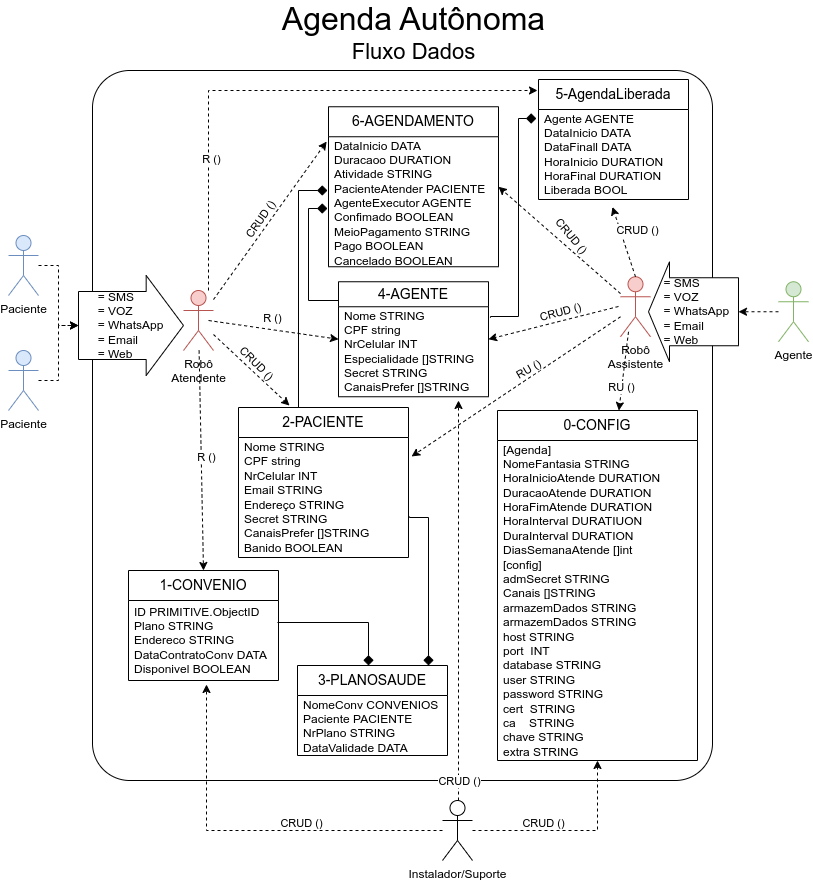
Before: Agenda-Página-1.drawio.png, a diagram exported from draw.io (gunboe/Agenda). Source tidied: cells renumbered, new cells last; positions are measured from the earlier drawing's top-left corner, leaving out a move shared by most shapes.
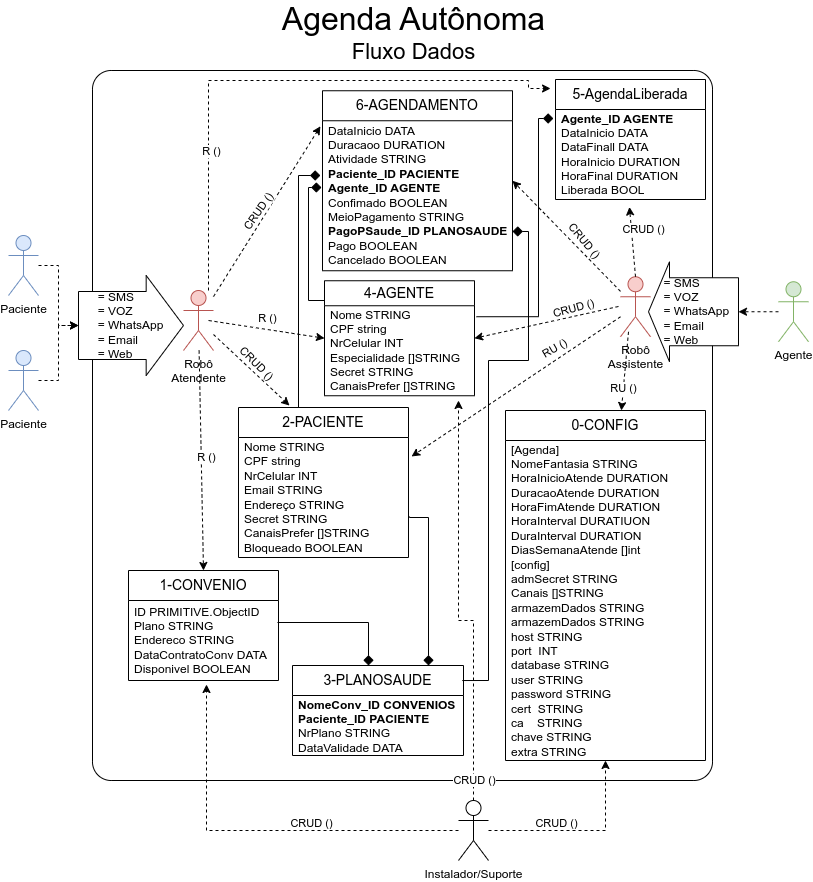
After the change.

Commit message:
Atualização Relacionamentos da Agenda-Página-1.drawio.png

The edit, as a diff of the source:
```diff
@@ -2,7 +2,7 @@
   <root>
     <mxCell id="0" />
     <mxCell id="1" parent="0" />
-    <mxCell id="2" style="rounded=1;whiteSpace=wrap;html=1;arcSize=6;" parent="1" vertex="1">
+    <mxCell id="2" style="rounded=1;whiteSpace=wrap;html=1;arcSize=3;" parent="1" vertex="1">
       <mxGeometry x="84" y="68" width="620" height="710" as="geometry" />
     </mxCell>
     <mxCell id="3" style="edgeStyle=orthogonalEdgeStyle;rounded=0;jettySize=auto;html=1;entryX=0;entryY=0.5;entryDx=0;entryDy=0;entryPerimeter=0;dashed=1;" parent="1" edge="1" source="4" target="20">
@@ -21,10 +21,10 @@
       <mxGeometry y="348" width="30" height="60" as="geometry" />
     </mxCell>
     <mxCell id="8" value="&lt;font style=&quot;font-size: 14px;&quot;&gt;6-AGENDAMENTO&lt;/font&gt;" style="swimlane;fontStyle=0;horizontal=1;startSize=30;whiteSpace=wrap;html=1;" parent="1" vertex="1">
-      <mxGeometry x="320" y="104.2" width="170" height="160" as="geometry" />
+      <mxGeometry x="314" y="88.2" width="190" height="180" as="geometry" />
     </mxCell>
-    <mxCell id="9" value="DataInicio DATA&lt;br style=&quot;border-color: var(--border-color); text-align: center;&quot;&gt;&lt;span style=&quot;text-align: center;&quot;&gt;Duracaoo DURATION&lt;/span&gt;&lt;br style=&quot;border-color: var(--border-color); text-align: center;&quot;&gt;&lt;span style=&quot;text-align: center;&quot;&gt;Atividade STRING&lt;/span&gt;&lt;br style=&quot;border-color: var(--border-color); text-align: center;&quot;&gt;PacienteAtender PACIENTE&lt;br style=&quot;border-color: var(--border-color);&quot;&gt;&lt;span style=&quot;text-align: center;&quot;&gt;AgenteExecutor AGENTE&lt;/span&gt;&lt;br style=&quot;border-color: var(--border-color); text-align: center;&quot;&gt;&lt;span style=&quot;text-align: center;&quot;&gt;Confimado BOOLEAN&lt;/span&gt;&lt;span style=&quot;text-align: center;&quot;&gt;&lt;br&gt;MeioPagamento STRING&lt;br&gt;Pago BOOLEAN&lt;br&gt;Cancelado BOOLEAN&lt;br&gt;&lt;/span&gt;" style="text;strokeColor=none;fillColor=none;align=left;verticalAlign=middle;spacingLeft=4;spacingRight=4;overflow=hidden;points=[[0,0.5],[1,0.5]];portConstraint=eastwest;whiteSpace=wrap;html=1;" parent="8" vertex="1">
-      <mxGeometry y="30" width="170" height="130" as="geometry" />
+    <mxCell id="9" value="DataInicio DATA&lt;br style=&quot;border-color: var(--border-color); text-align: center;&quot;&gt;&lt;span style=&quot;text-align: center;&quot;&gt;Duracaoo DURATION&lt;/span&gt;&lt;br style=&quot;border-color: var(--border-color); text-align: center;&quot;&gt;&lt;span style=&quot;text-align: center;&quot;&gt;Atividade STRING&lt;/span&gt;&lt;br style=&quot;border-color: var(--border-color); text-align: center;&quot;&gt;&lt;b&gt;Paciente_ID PACIENTE&lt;/b&gt;&lt;br style=&quot;border-color: var(--border-color);&quot;&gt;&lt;span style=&quot;text-align: center;&quot;&gt;&lt;b&gt;Agente_ID AGENTE&lt;/b&gt;&lt;/span&gt;&lt;br style=&quot;border-color: var(--border-color); text-align: center;&quot;&gt;&lt;span style=&quot;text-align: center;&quot;&gt;Confimado BOOLEAN&lt;/span&gt;&lt;span style=&quot;text-align: center;&quot;&gt;&lt;br&gt;MeioPagamento STRING&lt;br&gt;&lt;b&gt;PagoPSaude_ID PLANOSAUDE&lt;/b&gt;&lt;br&gt;Pago BOOLEAN&lt;br&gt;Cancelado BOOLEAN&lt;br&gt;&lt;/span&gt;" style="text;strokeColor=none;fillColor=none;align=left;verticalAlign=middle;spacingLeft=4;spacingRight=4;overflow=hidden;points=[[0,0.5],[1,0.5]];portConstraint=eastwest;whiteSpace=wrap;html=1;" parent="8" vertex="1">
+      <mxGeometry y="30" width="190" height="150" as="geometry" />
     </mxCell>
     <mxCell id="10" style="endArrow=classic;html=1;rounded=0;entryX=-0.011;entryY=0.037;entryDx=0;entryDy=0;dashed=1;entryPerimeter=0;" parent="1" edge="1" source="19" target="9">
       <mxGeometry relative="1" as="geometry" />
@@ -37,7 +37,7 @@
     <mxCell id="12" value="&lt;font style=&quot;font-size: 14px;&quot;&gt;2-PACIENTE&lt;/font&gt;" style="swimlane;fontStyle=0;horizontal=1;startSize=30;whiteSpace=wrap;html=1;" parent="1" vertex="1">
       <mxGeometry x="230" y="405" width="170" height="150" as="geometry" />
     </mxCell>
-    <mxCell id="13" value="Nome STRING&lt;br&gt;CPF string&lt;br&gt;NrCelular INT&lt;br&gt;Email STRING&lt;br&gt;Endereço STRING&lt;br&gt;Secret STRING&lt;br&gt;CanaisPrefer []STRING&lt;br&gt;Banido BOOLEAN" style="text;strokeColor=none;fillColor=none;align=left;verticalAlign=middle;spacingLeft=4;spacingRight=4;overflow=hidden;points=[[0,0.5],[1,0.5]];portConstraint=eastwest;whiteSpace=wrap;html=1;" parent="12" vertex="1">
+    <mxCell id="13" value="Nome STRING&lt;br&gt;CPF string&lt;br&gt;NrCelular INT&lt;br&gt;Email STRING&lt;br&gt;Endereço STRING&lt;br&gt;Secret STRING&lt;br&gt;CanaisPrefer []STRING&lt;br&gt;Bloqueado BOOLEAN" style="text;strokeColor=none;fillColor=none;align=left;verticalAlign=middle;spacingLeft=4;spacingRight=4;overflow=hidden;points=[[0,0.5],[1,0.5]];portConstraint=eastwest;whiteSpace=wrap;html=1;" parent="12" vertex="1">
       <mxGeometry y="30" width="170" height="120" as="geometry" />
     </mxCell>
     <mxCell id="14" style="endArrow=classic;html=1;rounded=0;entryX=0.3;entryY=-0.013;entryDx=0;entryDy=0;dashed=1;entryPerimeter=0;" parent="1" edge="1" source="19" target="12">
@@ -57,7 +57,7 @@
       </mxGeometry>
     </mxCell>
     <mxCell id="18" value="Instalador/Suporte" style="shape=umlActor;verticalLabelPosition=bottom;verticalAlign=top;html=1;outlineConnect=0;" parent="1" vertex="1">
-      <mxGeometry x="434" y="798" width="30" height="60" as="geometry" />
+      <mxGeometry x="450" y="798" width="30" height="60" as="geometry" />
     </mxCell>
     <mxCell id="19" value="Robô&lt;br&gt;Atendente" style="shape=umlActor;verticalLabelPosition=bottom;verticalAlign=top;html=1;outlineConnect=0;fillColor=#f8cecc;strokeColor=#b85450;" parent="1" vertex="1">
       <mxGeometry x="175" y="288" width="30" height="60" as="geometry" />
@@ -66,7 +66,7 @@
       <mxGeometry x="70" y="273" width="105" height="100" as="geometry" />
     </mxCell>
     <mxCell id="21" value="&lt;font style=&quot;font-size: 14px;&quot;&gt;4-AGENTE&lt;/font&gt;" style="swimlane;fontStyle=0;horizontal=1;startSize=25;whiteSpace=wrap;html=1;" parent="1" vertex="1">
-      <mxGeometry x="330" y="279.2" width="150" height="115" as="geometry" />
+      <mxGeometry x="316" y="278.2" width="150" height="115" as="geometry" />
     </mxCell>
     <mxCell id="22" value="Nome STRING&lt;br&gt;CPF string&lt;br&gt;NrCelular INT&lt;br&gt;Especialidade []STRING&lt;br&gt;Secret STRING&lt;br&gt;CanaisPrefer []STRING" style="text;strokeColor=none;fillColor=none;align=left;verticalAlign=middle;spacingLeft=4;spacingRight=4;overflow=hidden;points=[[0,0.5],[1,0.5]];portConstraint=eastwest;whiteSpace=wrap;html=1;" parent="21" vertex="1">
       <mxGeometry y="25" width="150" height="90" as="geometry" />
@@ -92,7 +92,7 @@
     </mxCell>
     <mxCell id="28" value="RU ()" style="edgeLabel;html=1;align=center;verticalAlign=middle;rotation=-30;" parent="27" vertex="1">
       <mxGeometry x="0.33" y="1" relative="1" as="geometry">
-        <mxPoint x="46" y="-41" as="offset" />
+        <mxPoint x="72" y="-62" as="offset" />
       </mxGeometry>
     </mxCell>
     <mxCell id="29" style="endArrow=classic;html=1;rounded=0;entryX=1;entryY=0.5;entryDx=0;entryDy=0;dashed=1;" parent="1" edge="1" target="21">
@@ -102,7 +102,7 @@
     </mxCell>
     <mxCell id="30" value="&lt;font style=&quot;font-size: 11px;&quot;&gt;CRUD ()&lt;/font&gt;" style="edgeLabel;html=1;align=center;verticalAlign=middle;rotation=-15;" parent="29" vertex="1">
       <mxGeometry x="-0.27" y="2" relative="1" as="geometry">
-        <mxPoint x="-12" y="-8" as="offset" />
+        <mxPoint x="7" y="-12" as="offset" />
       </mxGeometry>
     </mxCell>
     <mxCell id="31" style="endArrow=classic;html=1;rounded=0;entryX=1;entryY=0.5;entryDx=0;entryDy=0;dashed=1;" parent="1" edge="1" source="23" target="8">
@@ -110,11 +110,11 @@
     </mxCell>
     <mxCell id="32" value="CRUD ()" style="edgeLabel;html=1;align=center;verticalAlign=middle;rotation=50;" parent="31" vertex="1">
       <mxGeometry x="-0.27" y="2" relative="1" as="geometry">
-        <mxPoint x="-2" y="-20" as="offset" />
+        <mxPoint x="5" y="-12" as="offset" />
       </mxGeometry>
     </mxCell>
     <mxCell id="33" value="&lt;font style=&quot;font-size: 14px;&quot;&gt;0-CONFIG&lt;/font&gt;" style="swimlane;fontStyle=0;horizontal=1;startSize=30;whiteSpace=wrap;html=1;" parent="1" vertex="1">
-      <mxGeometry x="489" y="408" width="200" height="350" as="geometry" />
+      <mxGeometry x="497" y="408" width="200" height="350" as="geometry" />
     </mxCell>
     <mxCell id="34" value="[Agenda]&lt;br&gt;NomeFantasia STRING&lt;br&gt;HoraInicioAtende DURATION&lt;br&gt;DuracaoAtende DURATION&lt;br&gt;HoraFimAtende DURATION&lt;br&gt;HoraInterval DURATIUON&lt;br&gt;DuraInterval DURATION&lt;br&gt;DiasSemanaAtende []int&lt;br&gt;[config]&lt;br&gt;admSecret STRING&lt;br&gt;Canais []STRING&lt;br&gt;armazemDados STRING&lt;br&gt;&lt;div&gt;armazemDados STRING&lt;/div&gt;&lt;div&gt;host STRING&lt;/div&gt;&lt;div&gt;port&amp;nbsp; INT&lt;/div&gt;&lt;div&gt;database STRING&lt;/div&gt;&lt;div&gt;user STRING&lt;/div&gt;&lt;div&gt;password STRING&lt;/div&gt;&lt;div&gt;cert&amp;nbsp; STRING&lt;/div&gt;&lt;div&gt;ca&amp;nbsp; &amp;nbsp; STRING&lt;/div&gt;&lt;div&gt;chave STRING&lt;/div&gt;&lt;div&gt;extra STRING&lt;/div&gt;" style="text;strokeColor=none;fillColor=none;align=left;verticalAlign=middle;spacingLeft=4;spacingRight=4;overflow=hidden;whiteSpace=wrap;html=1;" parent="33" vertex="1">
       <mxGeometry y="30" width="200" height="320" as="geometry" />
@@ -123,25 +123,25 @@
       <mxGeometry relative="1" as="geometry" />
     </mxCell>
     <mxCell id="36" value="&lt;font style=&quot;font-size: 14px;&quot;&gt;3-PLANOSAUDE&lt;/font&gt;" style="swimlane;fontStyle=0;horizontal=1;startSize=30;whiteSpace=wrap;html=1;" parent="1" vertex="1">
-      <mxGeometry x="289" y="663" width="150" height="90" as="geometry" />
+      <mxGeometry x="284" y="663" width="171" height="90" as="geometry" />
     </mxCell>
-    <mxCell id="37" value="NomeConv CONVENIOS&lt;br&gt;Paciente PACIENTE&lt;br&gt;NrPlano STRING&lt;br&gt;DataValidade DATA" style="text;strokeColor=none;fillColor=none;align=left;verticalAlign=middle;spacingLeft=4;spacingRight=4;overflow=hidden;whiteSpace=wrap;html=1;" parent="36" vertex="1">
-      <mxGeometry y="30" width="150" height="60" as="geometry" />
+    <mxCell id="37" value="&lt;b&gt;NomeConv_ID CONVENIOS&lt;br&gt;Paciente_ID PACIENTE&lt;/b&gt;&lt;br&gt;NrPlano STRING&lt;br&gt;DataValidade DATA" style="text;strokeColor=none;fillColor=none;align=left;verticalAlign=middle;spacingLeft=4;spacingRight=4;overflow=hidden;whiteSpace=wrap;html=1;" parent="36" vertex="1">
+      <mxGeometry y="30" width="171" height="60" as="geometry" />
     </mxCell>
-    <mxCell id="38" style="edgeStyle=orthogonalEdgeStyle;rounded=0;jettySize=auto;html=1;endArrow=none;endFill=0;endSize=8;startArrow=diamond;startFill=1;startSize=8;exitX=-0.006;exitY=0.552;exitDx=0;exitDy=0;exitPerimeter=0;" parent="1" edge="1" source="9" target="21">
+    <mxCell id="38" style="edgeStyle=orthogonalEdgeStyle;rounded=0;jettySize=auto;html=1;endArrow=none;endFill=0;endSize=8;startArrow=diamond;startFill=1;startSize=8;exitX=-0.005;exitY=0.445;exitDx=0;exitDy=0;exitPerimeter=0;" parent="1" edge="1" source="9" target="21">
       <mxGeometry relative="1" as="geometry">
         <Array as="points">
-          <mxPoint x="300" y="206" />
+          <mxPoint x="300" y="185" />
           <mxPoint x="300" y="298" />
         </Array>
       </mxGeometry>
     </mxCell>
-    <mxCell id="39" style="edgeStyle=orthogonalEdgeStyle;rounded=0;jettySize=auto;html=1;dashed=1;" parent="1" edge="1" source="18">
+    <mxCell id="39" style="edgeStyle=orthogonalEdgeStyle;rounded=0;jettySize=auto;html=1;dashed=1;exitX=0.5;exitY=0;exitDx=0;exitDy=0;exitPerimeter=0;" parent="1" edge="1" source="18">
       <mxGeometry relative="1" as="geometry">
         <mxPoint x="450" y="398" as="targetPoint" />
         <Array as="points">
-          <mxPoint x="450" y="638" />
-          <mxPoint x="450" y="638" />
+          <mxPoint x="465" y="618" />
+          <mxPoint x="450" y="618" />
         </Array>
       </mxGeometry>
     </mxCell>
@@ -153,11 +153,11 @@
     <mxCell id="41" value="&lt;font style=&quot;&quot;&gt;&lt;span style=&quot;font-size: 32px;&quot;&gt;Agenda Autônoma&lt;/span&gt;&lt;br&gt;&lt;font style=&quot;font-size: 22px;&quot;&gt;Fluxo Dados&lt;/font&gt;&lt;br&gt;&lt;/font&gt;" style="text;html=1;strokeColor=none;fillColor=none;align=center;verticalAlign=middle;whiteSpace=wrap;rounded=0;" parent="1" vertex="1">
       <mxGeometry x="257.5" width="295" height="60" as="geometry" />
     </mxCell>
-    <mxCell id="42" style="edgeStyle=orthogonalEdgeStyle;rounded=0;jettySize=auto;html=1;endArrow=none;endFill=0;endSize=8;startSize=8;startArrow=diamond;startFill=1;entryX=0.371;entryY=0;entryDx=0;entryDy=0;entryPerimeter=0;" parent="1" edge="1" target="12">
+    <mxCell id="42" style="edgeStyle=orthogonalEdgeStyle;rounded=0;jettySize=auto;html=1;endArrow=none;endFill=0;endSize=8;startSize=8;startArrow=diamond;startFill=1;entryX=0.371;entryY=0;entryDx=0;entryDy=0;entryPerimeter=0;exitX=-0.011;exitY=0.365;exitDx=0;exitDy=0;exitPerimeter=0;" parent="1" edge="1" source="9" target="12">
       <mxGeometry relative="1" as="geometry">
-        <mxPoint x="319" y="188" as="sourcePoint" />
         <Array as="points">
-          <mxPoint x="290" y="188" />
+          <mxPoint x="290" y="173" />
+          <mxPoint x="290" y="405" />
         </Array>
       </mxGeometry>
     </mxCell>
@@ -170,9 +170,9 @@
       </mxGeometry>
     </mxCell>
     <mxCell id="45" value="&lt;font style=&quot;font-size: 14px;&quot;&gt;5-AgendaLiberada&lt;/font&gt;" style="swimlane;fontStyle=0;horizontal=1;startSize=30;whiteSpace=wrap;html=1;" parent="1" vertex="1">
-      <mxGeometry x="530" y="77" width="150" height="120" as="geometry" />
+      <mxGeometry x="547" y="77" width="150" height="120" as="geometry" />
     </mxCell>
-    <mxCell id="46" value="Agente AGENTE&lt;br&gt;DataInicio DATA&lt;br&gt;DataFinall DATA&lt;br&gt;HoraInicio DURATION&lt;br&gt;HoraFinal DURATION&lt;br&gt;Liberada BOOL" style="text;strokeColor=none;fillColor=none;align=left;verticalAlign=middle;spacingLeft=4;spacingRight=4;overflow=hidden;points=[[0,0.5],[1,0.5]];portConstraint=eastwest;whiteSpace=wrap;html=1;" parent="45" vertex="1">
+    <mxCell id="46" value="&lt;b&gt;Agente_ID AGENTE&lt;br&gt;&lt;/b&gt;DataInicio DATA&lt;br&gt;DataFinall DATA&lt;br&gt;HoraInicio DURATION&lt;br&gt;HoraFinal DURATION&lt;br&gt;Liberada BOOL" style="text;strokeColor=none;fillColor=none;align=left;verticalAlign=middle;spacingLeft=4;spacingRight=4;overflow=hidden;points=[[0,0.5],[1,0.5]];portConstraint=eastwest;whiteSpace=wrap;html=1;" parent="45" vertex="1">
       <mxGeometry y="30" width="150" height="90" as="geometry" />
     </mxCell>
     <mxCell id="47" style="endArrow=classic;html=1;rounded=0;entryX=0.493;entryY=1.083;entryDx=0;entryDy=0;dashed=1;entryPerimeter=0;exitX=0.5;exitY=0;exitDx=0;exitDy=0;exitPerimeter=0;" parent="1" edge="1" source="23" target="46">
@@ -183,11 +183,12 @@
         <mxPoint x="12" y="-22" as="offset" />
       </mxGeometry>
     </mxCell>
-    <mxCell id="49" style="edgeStyle=orthogonalEdgeStyle;rounded=0;jettySize=auto;html=1;dashed=1;" parent="1" edge="1" source="19">
+    <mxCell id="49" style="edgeStyle=orthogonalEdgeStyle;rounded=0;jettySize=auto;html=1;dashed=1;entryX=-0.033;entryY=0.075;entryDx=0;entryDy=0;entryPerimeter=0;" parent="1" edge="1" source="19" target="45">
       <mxGeometry relative="1" as="geometry">
-        <mxPoint x="529" y="88" as="targetPoint" />
         <Array as="points">
-          <mxPoint x="200" y="88" />
+          <mxPoint x="200" y="78" />
+          <mxPoint x="520" y="78" />
+          <mxPoint x="520" y="86" />
         </Array>
       </mxGeometry>
     </mxCell>
@@ -237,10 +238,20 @@
     <mxCell id="59" style="edgeStyle=orthogonalEdgeStyle;rounded=0;jettySize=auto;html=1;entryX=1.013;entryY=0.122;entryDx=0;entryDy=0;entryPerimeter=0;endArrow=none;endFill=0;strokeWidth=1;endSize=8;exitX=-0.014;exitY=0.1;exitDx=0;exitDy=0;exitPerimeter=0;startArrow=diamond;startFill=1;targetPerimeterSpacing=0;sourcePerimeterSpacing=0;startSize=8;" parent="1" edge="1" source="46" target="22">
       <mxGeometry relative="1" as="geometry">
         <Array as="points">
-          <mxPoint x="510" y="116" />
-          <mxPoint x="510" y="314" />
+          <mxPoint x="530" y="116" />
+          <mxPoint x="530" y="314" />
         </Array>
       </mxGeometry>
     </mxCell>
+    <mxCell id="60" style="edgeStyle=orthogonalEdgeStyle;rounded=0;jettySize=auto;html=1;entryX=1;entryY=0.738;entryDx=0;entryDy=0;entryPerimeter=0;endSize=8;startSize=8;endArrow=diamond;endFill=1;exitX=0.993;exitY=0.167;exitDx=0;exitDy=0;exitPerimeter=0;" parent="1" edge="1" source="36" target="9">
+      <mxGeometry relative="1" as="geometry">
+        <Array as="points">
+          <mxPoint x="480" y="678" />
+          <mxPoint x="480" y="358" />
+          <mxPoint x="520" y="358" />
+          <mxPoint x="520" y="229" />
+        </Array>
+      </mxGeometry>
+    </mxCell>
   </root>
 </mxGraphModel>
```
